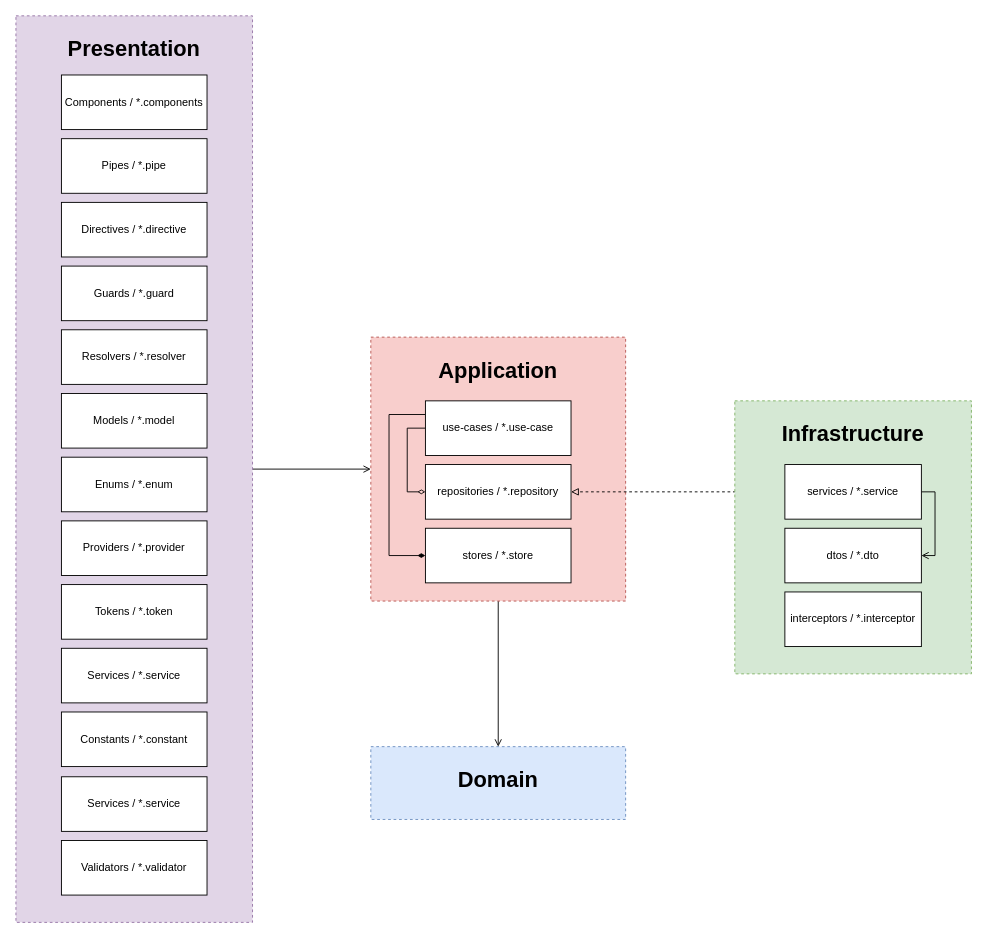
Earlier version of the draw.io diagram diagrams/angular-clean-architecture.drawio (lodygin/angular-clean-architecture). Source tidied: cells renumbered, new cells numbered last; positions are measured from the earlier drawing's top-left corner, leaving out a move shared by most shapes. Both pictures are drawn from the tidied source at 91%, with x=0, y=0 at pixel (15, 15).
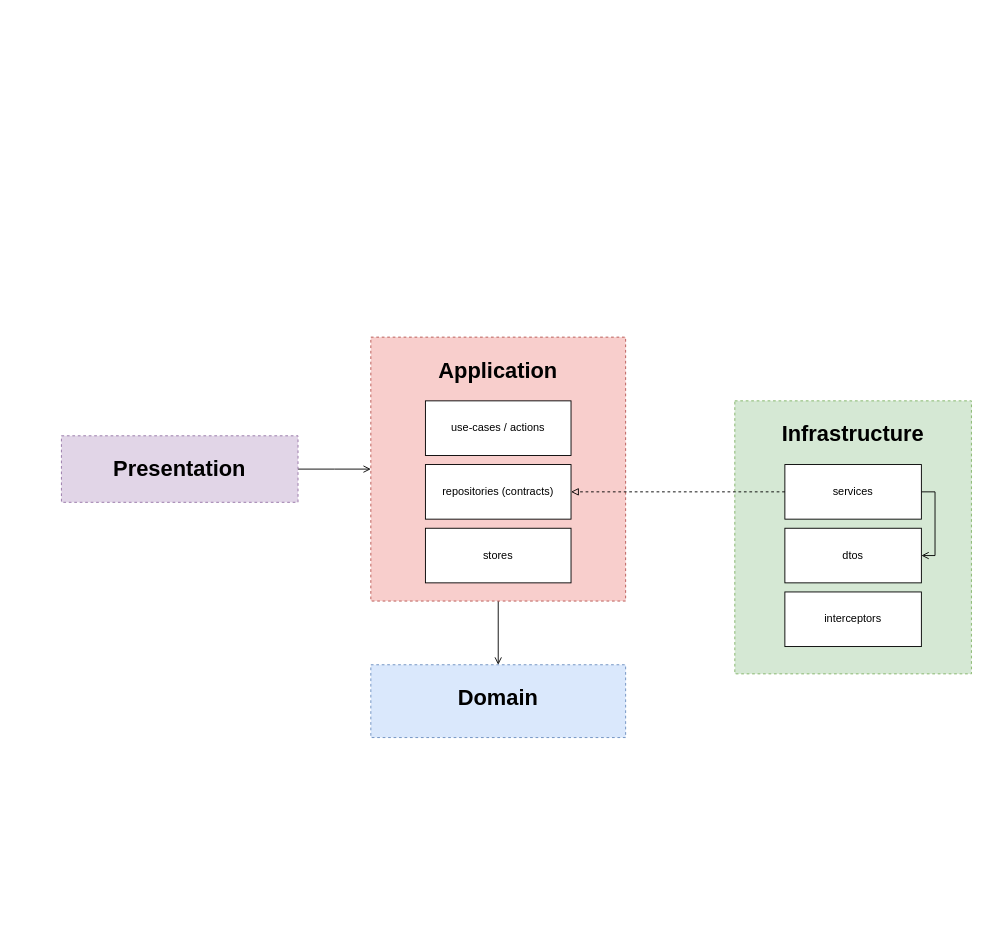
After the change.

Commit message:
simplify layers

Unchanged cells that the change refers to:
```xml
<mxCell id="5" style="group;" parent="1" vertex="1">
  <mxGeometry x="390" y="353" width="280" height="290" as="geometry" />
</mxCell>
<mxCell id="28" style="group;" parent="1" vertex="1">
  <mxGeometry x="790" y="423" width="260" height="300" as="geometry" />
</mxCell>
```

Change to the diagram source:
```diff
@@
     <mxCell id="4" value="&lt;h1&gt;Domain&lt;/h1&gt;" style="whiteSpace=wrap;html=1;verticalAlign=top;dashed=1;fillColor=#dae8fc;strokeColor=#6c8ebf;" parent="1" vertex="1">
-      <mxGeometry x="390" y="803" width="280" height="80" as="geometry" />
+      <mxGeometry x="390" y="713" width="280" height="80" as="geometry" />
     </mxCell>
@@
-    <mxCell id="7" style="edgeStyle=orthogonalEdgeStyle;rounded=0;jettySize=auto;html=1;entryX=0;entryY=0.5;entryDx=0;entryDy=0;exitX=0;exitY=0.5;exitDx=0;exitDy=0;endArrow=diamondThin;endFill=0;" parent="5" edge="1" source="9" target="10">
-      <mxGeometry relative="1" as="geometry" />
-    </mxCell>
-    <mxCell id="8" style="edgeStyle=orthogonalEdgeStyle;rounded=0;jettySize=auto;html=1;entryX=0;entryY=0.5;entryDx=0;entryDy=0;endArrow=diamondThin;endFill=1;exitX=0;exitY=0.25;exitDx=0;exitDy=0;" parent="5" edge="1" source="9" target="11">
-      <mxGeometry relative="1" as="geometry">
-        <Array as="points">
-          <mxPoint x="20" y="85" />
-          <mxPoint x="20" y="240" />
-        </Array>
-      </mxGeometry>
-    </mxCell>
-    <mxCell id="9" value="use-cases / *.use-case" style="rounded=0;whiteSpace=wrap;html=1;" parent="5" vertex="1">
+    <mxCell id="9" value="use-cases / actions" style="rounded=0;whiteSpace=wrap;html=1;" parent="5" vertex="1">
       <mxGeometry x="60" y="70" width="160" height="60" as="geometry" />
     </mxCell>
-    <mxCell id="10" value="repositories / *.repository" style="rounded=0;whiteSpace=wrap;html=1;" parent="5" vertex="1">
+    <mxCell id="10" value="repositories (contracts)" style="rounded=0;whiteSpace=wrap;html=1;" parent="5" vertex="1">
       <mxGeometry x="60" y="140" width="160" height="60" as="geometry" />
     </mxCell>
-    <mxCell id="11" value="stores / *.store" style="rounded=0;whiteSpace=wrap;html=1;" parent="5" vertex="1">
+    <mxCell id="11" value="stores" style="rounded=0;whiteSpace=wrap;html=1;" parent="5" vertex="1">
       <mxGeometry x="60" y="210" width="160" height="60" as="geometry" />
     </mxCell>
-    <mxCell id="12" style="edgeStyle=orthogonalEdgeStyle;rounded=0;jettySize=auto;html=1;entryX=1;entryY=0.5;entryDx=0;entryDy=0;endArrow=block;endFill=0;exitX=0;exitY=0.5;exitDx=0;exitDy=0;dashed=1;" parent="1" edge="1" source="32" target="10">
-      <mxGeometry relative="1" as="geometry">
-        <Array as="points">
-          <mxPoint x="780" y="523" />
-          <mxPoint x="780" y="523" />
-        </Array>
-      </mxGeometry>
-    </mxCell>
     <mxCell id="13" style="group;" parent="1" vertex="1">
-      <mxGeometry y="-0.1" width="260" height="996.2" as="geometry" />
+      <mxGeometry x="50" y="461.4" width="260" height="73.1" as="geometry" />
     </mxCell>
     <mxCell id="14" value="&lt;h1&gt;Presentation&lt;/h1&gt;" style="whiteSpace=wrap;html=1;verticalAlign=top;dashed=1;fillColor=#e1d5e7;strokeColor=#9673a6;" parent="13" vertex="1">
-      <mxGeometry width="260" height="996.2" as="geometry" />
+      <mxGeometry width="260" height="73.1" as="geometry" />
     </mxCell>
-    <mxCell id="15" value="Components / *.components" style="rounded=0;whiteSpace=wrap;html=1;" parent="13" vertex="1">
-      <mxGeometry x="50" y="65" width="160" height="60" as="geometry" />
-    </mxCell>
-    <mxCell id="16" value="Pipes / *.pipe" style="rounded=0;whiteSpace=wrap;html=1;" parent="13" vertex="1">
-      <mxGeometry x="50" y="135" width="160" height="60" as="geometry" />
-    </mxCell>
-    <mxCell id="17" value="Directives / *.directive" style="rounded=0;whiteSpace=wrap;html=1;" parent="13" vertex="1">
-      <mxGeometry x="50" y="205" width="160" height="60" as="geometry" />
-    </mxCell>
-    <mxCell id="18" value="Guards / *.guard" style="rounded=0;whiteSpace=wrap;html=1;" parent="13" vertex="1">
-      <mxGeometry x="50" y="275" width="160" height="60" as="geometry" />
-    </mxCell>
-    <mxCell id="19" value="Resolvers / *.resolver" style="rounded=0;whiteSpace=wrap;html=1;" parent="13" vertex="1">
-      <mxGeometry x="50" y="345" width="160" height="60" as="geometry" />
-    </mxCell>
-    <mxCell id="20" value="Models / *.model" style="rounded=0;whiteSpace=wrap;html=1;" parent="13" vertex="1">
-      <mxGeometry x="50" y="415" width="160" height="60" as="geometry" />
-    </mxCell>
-    <mxCell id="21" value="Enums / *.enum" style="rounded=0;whiteSpace=wrap;html=1;" parent="13" vertex="1">
-      <mxGeometry x="50" y="485" width="160" height="60" as="geometry" />
-    </mxCell>
-    <mxCell id="22" value="Providers / *.provider" style="rounded=0;whiteSpace=wrap;html=1;" parent="13" vertex="1">
-      <mxGeometry x="50" y="555" width="160" height="60" as="geometry" />
-    </mxCell>
-    <mxCell id="23" value="Tokens / *.token" style="rounded=0;whiteSpace=wrap;html=1;" parent="13" vertex="1">
-      <mxGeometry x="50" y="625" width="160" height="60" as="geometry" />
-    </mxCell>
-    <mxCell id="24" value="Services / *.service" style="rounded=0;whiteSpace=wrap;html=1;" parent="13" vertex="1">
-      <mxGeometry x="50" y="695" width="160" height="60" as="geometry" />
-    </mxCell>
-    <mxCell id="25" value="Constants / *.constant" style="rounded=0;whiteSpace=wrap;html=1;" parent="13" vertex="1">
-      <mxGeometry x="50" y="765" width="160" height="60" as="geometry" />
-    </mxCell>
-    <mxCell id="26" value="Services / *.service" style="rounded=0;whiteSpace=wrap;html=1;" parent="13" vertex="1">
-      <mxGeometry x="50" y="836.2" width="160" height="60" as="geometry" />
-    </mxCell>
-    <mxCell id="27" value="Validators / *.validator" style="rounded=0;whiteSpace=wrap;html=1;" parent="13" vertex="1">
-      <mxGeometry x="50" y="906.2" width="160" height="60" as="geometry" />
-    </mxCell>
@@
-    <mxCell id="32" value="services / *.service" style="rounded=0;whiteSpace=wrap;html=1;" parent="28" vertex="1">
+    <mxCell id="32" value="services" style="rounded=0;whiteSpace=wrap;html=1;" parent="28" vertex="1">
       <mxGeometry x="55" y="70" width="150" height="60" as="geometry" />
     </mxCell>
-    <mxCell id="33" value="dtos / *.dto" style="rounded=0;whiteSpace=wrap;html=1;" parent="28" vertex="1">
+    <mxCell id="33" value="dtos" style="rounded=0;whiteSpace=wrap;html=1;" parent="28" vertex="1">
       <mxGeometry x="55" y="140" width="150" height="60" as="geometry" />
     </mxCell>
-    <mxCell id="34" value="interceptors / *.interceptor" style="rounded=0;whiteSpace=wrap;html=1;" parent="28" vertex="1">
+    <mxCell id="34" value="interceptors" style="rounded=0;whiteSpace=wrap;html=1;" parent="28" vertex="1">
       <mxGeometry x="55" y="210" width="150" height="60" as="geometry" />
     </mxCell>
+    <mxCell id="12" style="edgeStyle=orthogonalEdgeStyle;rounded=0;jettySize=auto;html=1;entryX=1;entryY=0.5;entryDx=0;entryDy=0;endArrow=block;endFill=0;exitX=0;exitY=0.5;exitDx=0;exitDy=0;dashed=1;" parent="1" edge="1" source="32" target="10">
+      <mxGeometry relative="1" as="geometry">
+        <Array as="points">
+          <mxPoint x="780" y="523" />
+          <mxPoint x="780" y="523" />
+        </Array>
+      </mxGeometry>
+    </mxCell>
```
